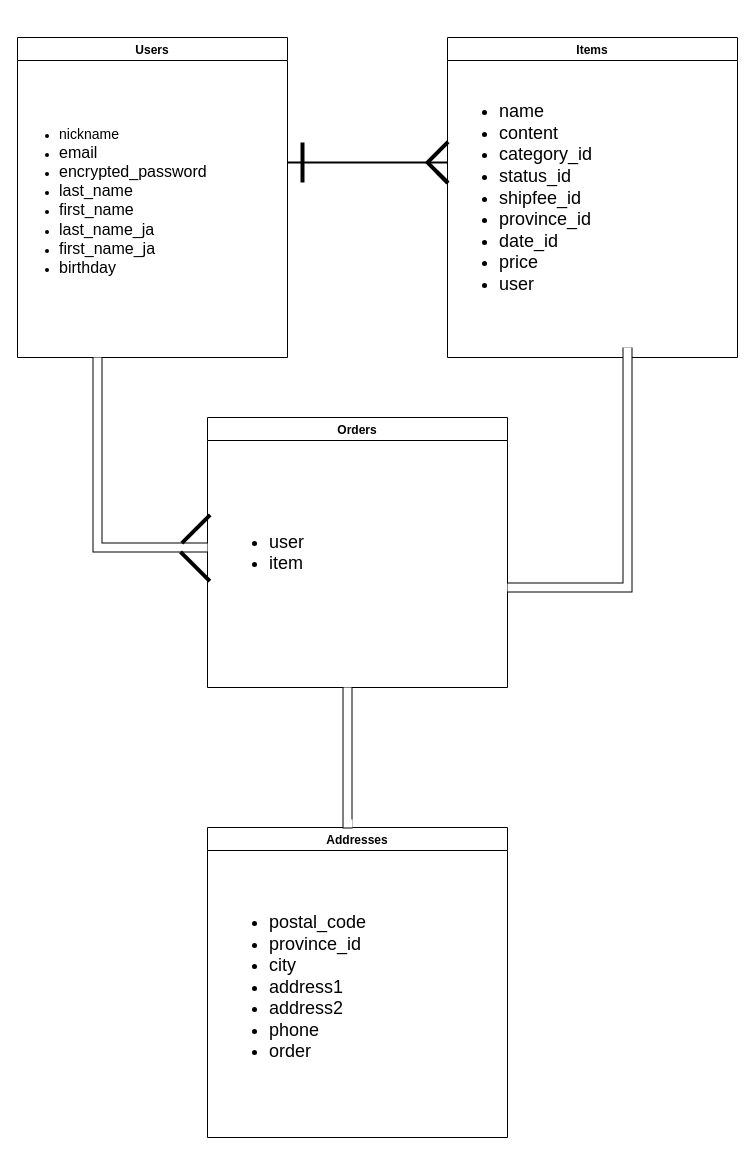
Above: test.dio in ShoheiTakino/furima-37951 (draw.io), before the change. Source tidied: cells renumbered, new cells numbered last; positions are measured from the earlier drawing's top-left corner, leaving out a move shared by most shapes. Both pictures are drawn from the tidied source at 100%, with x=0, y=0 at pixel (17, 17).
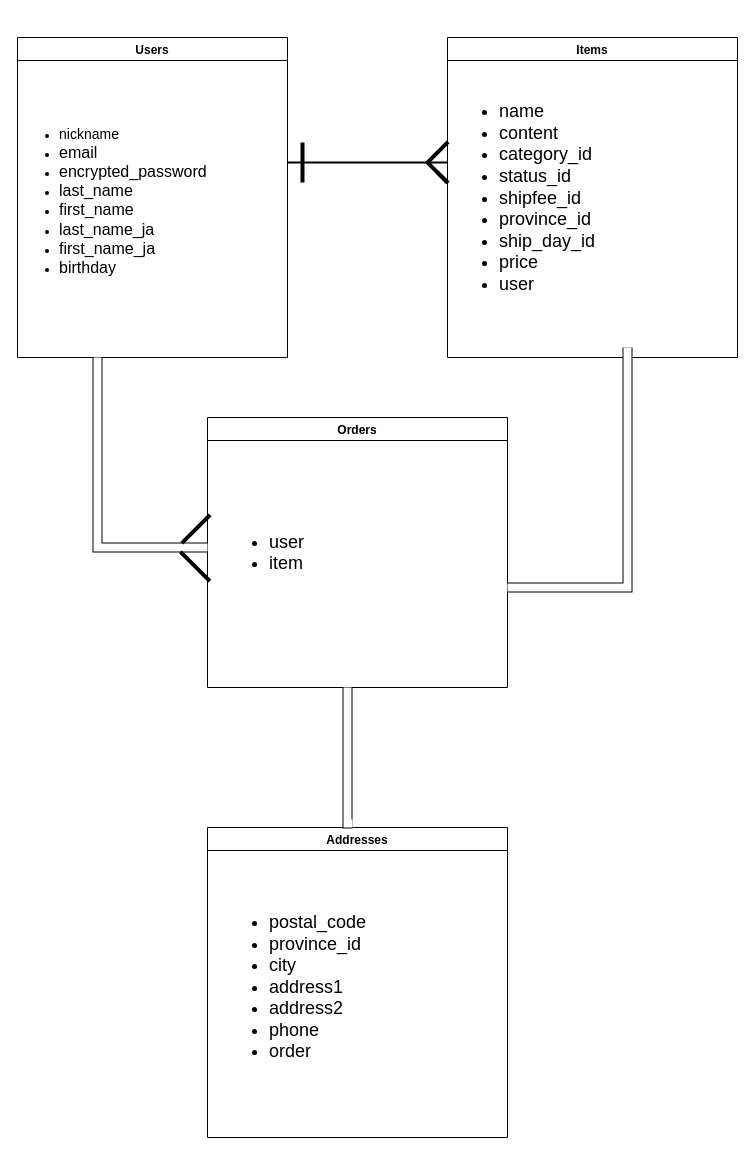
After the change.

Unchanged cells that the change refers to:
```xml
<mxCell id="4" value="Items" style="swimlane;" parent="1" vertex="1">
  <mxGeometry x="430" y="20" width="290" height="320" as="geometry" />
</mxCell>
```

What changed in the source:
```diff
@@
-    <mxCell id="5" value="&lt;div&gt;&lt;span style=&quot;font-size: 18px&quot;&gt;&lt;br&gt;&lt;/span&gt;&lt;/div&gt;&lt;ul style=&quot;font-size: 18px&quot;&gt;&lt;li&gt;name&lt;/li&gt;&lt;li&gt;content&lt;/li&gt;&lt;li&gt;category_id&lt;/li&gt;&lt;li&gt;status_id&lt;/li&gt;&lt;li&gt;shipfee_id&lt;/li&gt;&lt;li&gt;province_id&lt;/li&gt;&lt;li&gt;date_id&lt;/li&gt;&lt;li&gt;price&lt;/li&gt;&lt;li&gt;user&lt;/li&gt;&lt;/ul&gt;" style="text;strokeColor=none;fillColor=none;html=1;whiteSpace=wrap;verticalAlign=middle;overflow=hidden;" parent="4" vertex="1">
+    <mxCell id="5" value="&lt;div&gt;&lt;span style=&quot;font-size: 18px&quot;&gt;&lt;br&gt;&lt;/span&gt;&lt;/div&gt;&lt;ul style=&quot;font-size: 18px&quot;&gt;&lt;li&gt;name&lt;/li&gt;&lt;li&gt;content&lt;/li&gt;&lt;li&gt;category_id&lt;/li&gt;&lt;li&gt;status_id&lt;/li&gt;&lt;li&gt;shipfee_id&lt;/li&gt;&lt;li&gt;province_id&lt;/li&gt;&lt;li&gt;ship_day_id&lt;/li&gt;&lt;li&gt;price&lt;/li&gt;&lt;li&gt;user&lt;/li&gt;&lt;/ul&gt;" style="text;strokeColor=none;fillColor=none;html=1;whiteSpace=wrap;verticalAlign=middle;overflow=hidden;" parent="4" vertex="1">
       <mxGeometry x="10" y="-20.3" width="240" height="340.3" as="geometry" />
     </mxCell>
```
